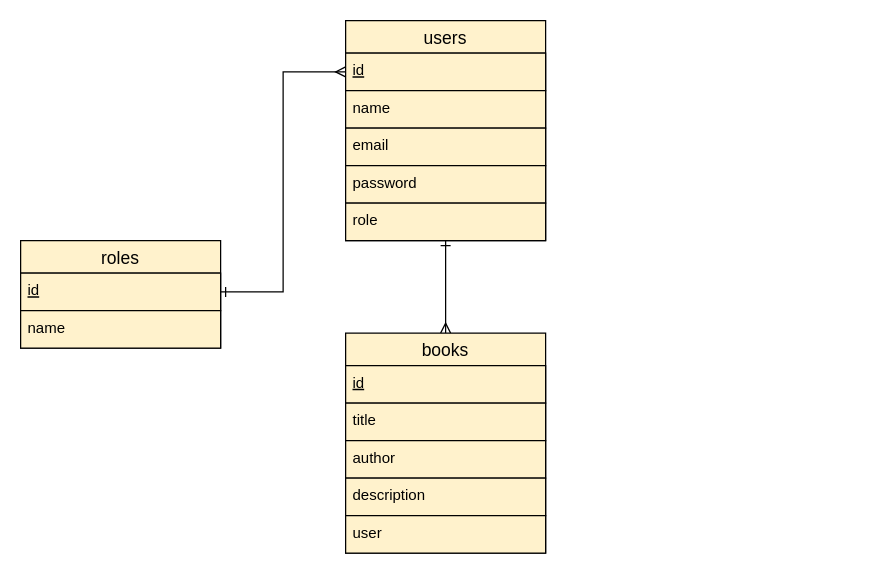
This is database/ER-Diagram.drawio from Ekedani/nodejs-basics-project, a draw.io file, before an edit. Source tidied: cells renumbered, new cells numbered last; positions are measured from the earlier drawing's top-left corner, leaving out a move shared by most shapes. Both pictures are drawn from the tidied source at 125%, with x=0, y=0 at pixel (20, 20).
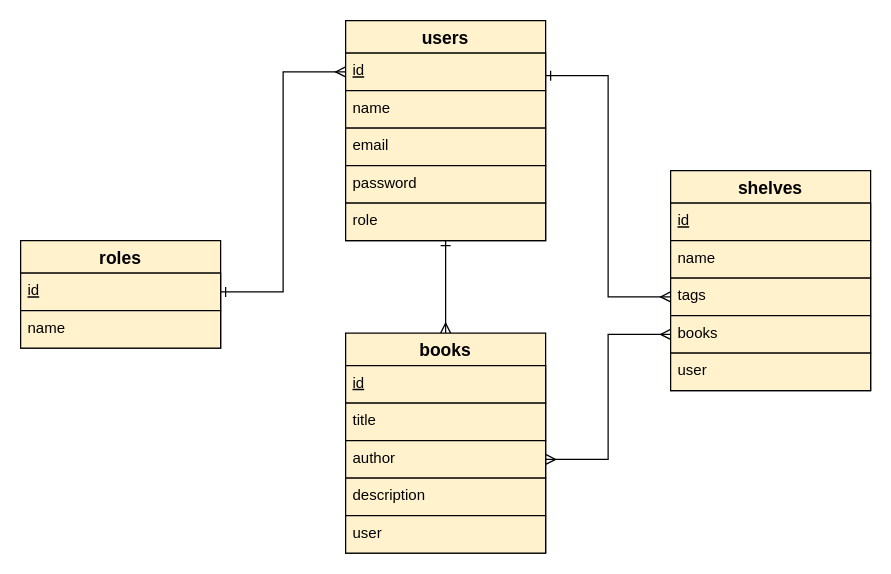
The same page after the edit.

Commit message (it also covers changes not shown here):
Fixed database schema

Unchanged cells that the change refers to:
```xml
<mxCell id="12" value="author" style="text;spacingLeft=4;spacingRight=4;overflow=hidden;points=[[0,0.5],[1,0.5]];portConstraint=eastwest;fontSize=12;fillColor=#fff2cc;strokeColor=#000000;" parent="9" vertex="1">
  <mxGeometry y="86" width="160" height="30" as="geometry" />
</mxCell>
```

The edit, as a diff of the source:
```diff
@@
+    <mxCell id="19" style="edgeStyle=orthogonalEdgeStyle;rounded=0;jettySize=auto;html=1;exitX=1;exitY=0.25;exitDx=0;exitDy=0;entryX=0;entryY=0.5;entryDx=0;entryDy=0;endArrow=ERmany;endFill=0;startArrow=ERone;startFill=0;" parent="1" edge="1" source="2" target="23">
+      <mxGeometry relative="1" as="geometry" />
+    </mxCell>
-    <mxCell id="2" value="users" style="swimlane;fontStyle=0;horizontal=1;startSize=26;align=center;fontSize=14;fillColor=#fff2cc;strokeColor=#000000;" parent="1" vertex="1">
+    <mxCell id="2" value="users" style="swimlane;fontStyle=1;horizontal=1;startSize=26;align=center;fontSize=14;fillColor=#fff2cc;strokeColor=#000000;" parent="1" vertex="1">
       <mxGeometry x="260" width="160" height="176" as="geometry" />
     </mxCell>
@@
-    <mxCell id="9" value="books" style="swimlane;fontStyle=0;horizontal=1;startSize=26;align=center;fontSize=14;fillColor=#fff2cc;strokeColor=#000000;" parent="1" vertex="1">
+    <mxCell id="9" value="books" style="swimlane;fontStyle=1;horizontal=1;startSize=26;align=center;fontSize=14;fillColor=#fff2cc;strokeColor=#000000;" parent="1" vertex="1">
       <mxGeometry x="260" y="250" width="160" height="176" as="geometry" />
     </mxCell>
@@
-    <mxCell id="15" value="roles" style="swimlane;fontStyle=0;horizontal=1;startSize=26;align=center;fontSize=14;fillColor=#fff2cc;strokeColor=#000000;" parent="1" vertex="1">
+    <mxCell id="15" value="roles" style="swimlane;fontStyle=1;horizontal=1;startSize=26;align=center;fontSize=14;fillColor=#fff2cc;strokeColor=#000000;" parent="1" vertex="1">
       <mxGeometry y="176" width="160" height="86" as="geometry" />
     </mxCell>
@@
+    <mxCell id="20" value="shelves" style="swimlane;fontStyle=1;horizontal=1;startSize=26;align=center;fontSize=14;fillColor=#fff2cc;strokeColor=#000000;" parent="1" vertex="1">
+      <mxGeometry x="520" y="120" width="160" height="176" as="geometry" />
+    </mxCell>
+    <mxCell id="21" value="id" style="text;spacingLeft=4;spacingRight=4;overflow=hidden;fontSize=12;fillColor=#fff2cc;strokeColor=#000000;fontStyle=4;" parent="20" vertex="1">
+      <mxGeometry y="26" width="160" height="30" as="geometry" />
+    </mxCell>
+    <mxCell id="22" value="name" style="text;spacingLeft=4;spacingRight=4;overflow=hidden;fontSize=12;fillColor=#fff2cc;strokeColor=#000000;" parent="20" vertex="1">
+      <mxGeometry y="56" width="160" height="30" as="geometry" />
+    </mxCell>
+    <mxCell id="23" value="tags" style="text;spacingLeft=4;spacingRight=4;overflow=hidden;points=[[0,0.5],[1,0.5]];portConstraint=eastwest;fontSize=12;fillColor=#fff2cc;strokeColor=#000000;" parent="20" vertex="1">
+      <mxGeometry y="86" width="160" height="30" as="geometry" />
+    </mxCell>
+    <mxCell id="24" value="books" style="text;spacingLeft=4;spacingRight=4;overflow=hidden;points=[[0,0.5],[1,0.5]];portConstraint=eastwest;fontSize=12;fillColor=#fff2cc;strokeColor=#000000;" parent="20" vertex="1">
+      <mxGeometry y="116" width="160" height="30" as="geometry" />
+    </mxCell>
+    <mxCell id="25" value="user" style="text;spacingLeft=4;spacingRight=4;overflow=hidden;fontSize=12;fillColor=#fff2cc;strokeColor=#000000;" parent="20" vertex="1">
+      <mxGeometry y="146" width="160" height="30" as="geometry" />
+    </mxCell>
+    <mxCell id="26" style="edgeStyle=orthogonalEdgeStyle;rounded=0;jettySize=auto;html=1;exitX=0;exitY=0.5;exitDx=0;exitDy=0;entryX=1;entryY=0.5;entryDx=0;entryDy=0;startArrow=ERmany;startFill=0;endArrow=ERmany;endFill=0;" parent="1" edge="1" source="24" target="12">
+      <mxGeometry relative="1" as="geometry" />
+    </mxCell>
```
